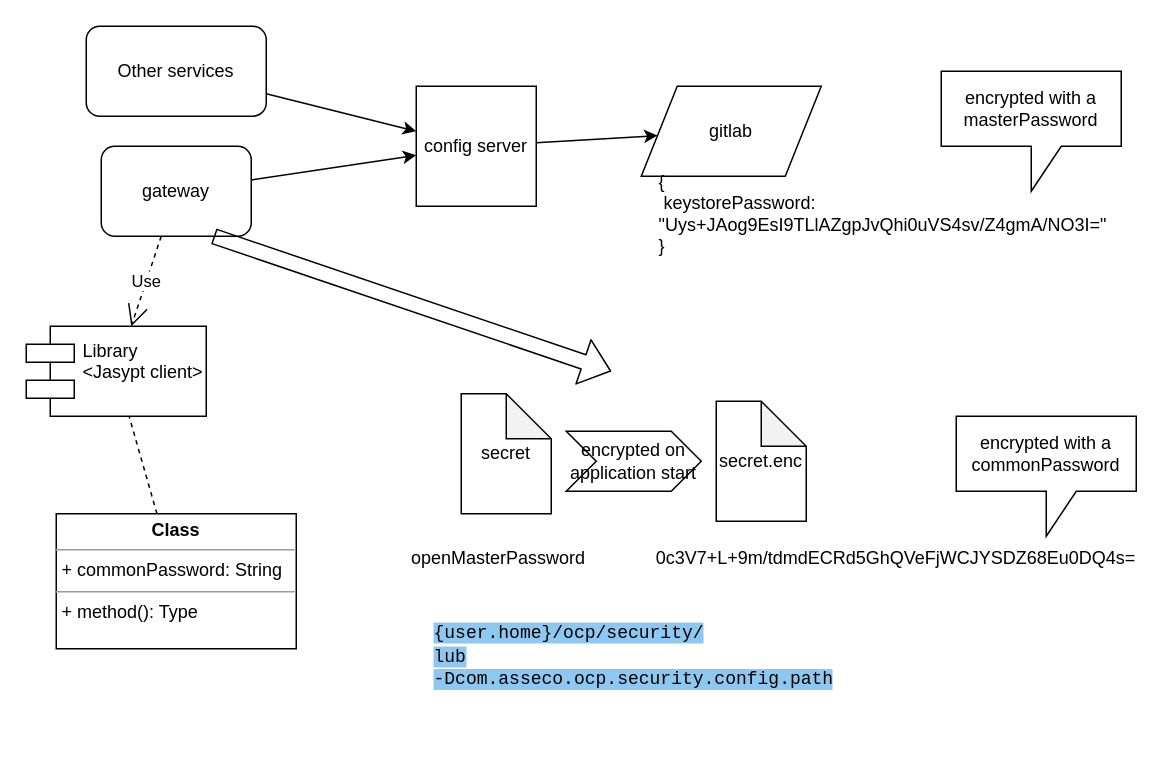
The draw.io diagram Untitled Diagram.drawio in arti22k/draw.io, before the edit. Source tidied: cells renumbered, new cells numbered last; positions are measured from the earlier drawing's top-left corner, leaving out a move shared by most shapes. Both pictures are drawn from the tidied source at 150%, with x=0, y=0 at pixel (26, 26).
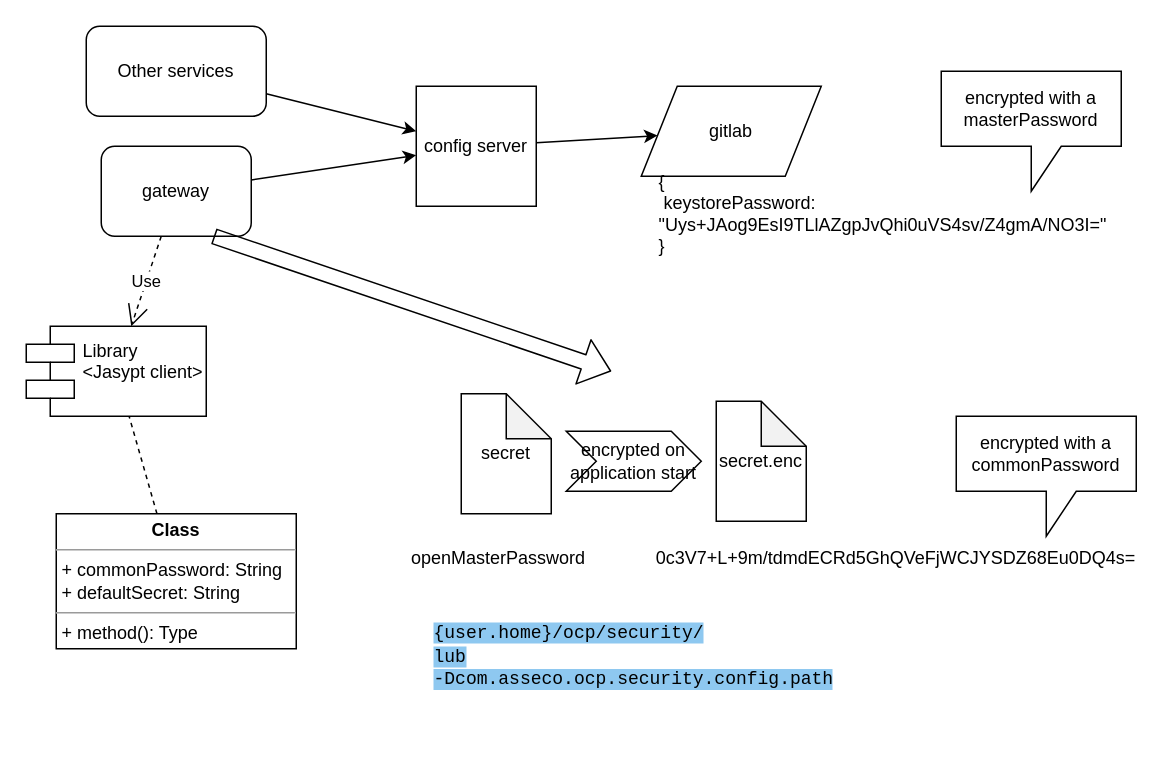
The same page after the edit.

Commit message:
Default secret

What changed in the source:
```diff
@@
-    <mxCell id="10" value="&lt;p style=&quot;margin: 0px ; margin-top: 4px ; text-align: center&quot;&gt;&lt;b&gt;Class&lt;/b&gt;&lt;/p&gt;&lt;hr size=&quot;1&quot;&gt;&lt;p style=&quot;margin: 0px ; margin-left: 4px&quot;&gt;+ commonPassword: String&lt;/p&gt;&lt;hr size=&quot;1&quot;&gt;&lt;p style=&quot;margin: 0px ; margin-left: 4px&quot;&gt;+ method(): Type&lt;/p&gt;" style="verticalAlign=top;align=left;overflow=fill;fontSize=12;fontFamily=Helvetica;html=1;" parent="1" vertex="1">
+    <mxCell id="10" value="&lt;p style=&quot;margin: 0px ; margin-top: 4px ; text-align: center&quot;&gt;&lt;b&gt;Class&lt;/b&gt;&lt;/p&gt;&lt;hr size=&quot;1&quot;&gt;&lt;p style=&quot;margin: 0px ; margin-left: 4px&quot;&gt;+ commonPassword: String&lt;/p&gt;&lt;p style=&quot;margin: 0px ; margin-left: 4px&quot;&gt;+ defaultSecret: String&lt;/p&gt;&lt;hr size=&quot;1&quot;&gt;&lt;p style=&quot;margin: 0px ; margin-left: 4px&quot;&gt;+ method(): Type&lt;/p&gt;" style="verticalAlign=top;align=left;overflow=fill;fontSize=12;fontFamily=Helvetica;html=1;" parent="1" vertex="1">
       <mxGeometry x="20" y="325" width="160" height="90" as="geometry" />
     </mxCell>
```
